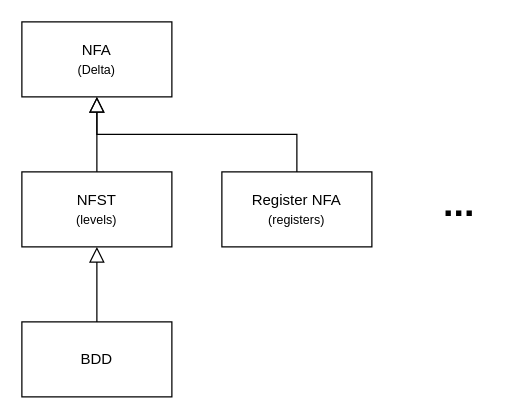
The draw.io diagram page "NFAs-NFSTs-BDDs-hierarchy" (10 of 10) of obrazky-figures/jumps_synchronization.drawio in Adda0/Transducers-in-Automata-Library-Mata, before the edit. Source tidied: cells renumbered, new cells numbered last; positions are measured from the earlier drawing's top-left corner, leaving out a move shared by most shapes. Both pictures are drawn from the tidied source at 125%, with x=0, y=0 at pixel (21, 21).
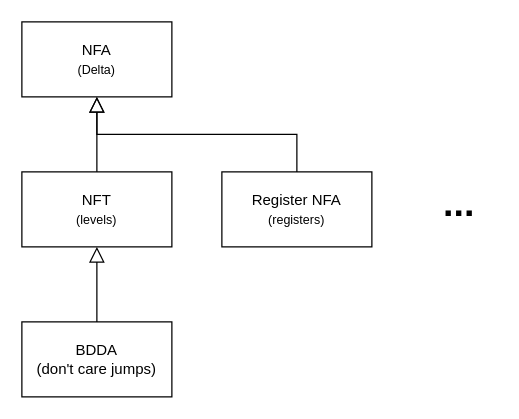
The same page after the edit.

Diff of the diagram source:
```diff
@@
 <mxGraphModel>
   <root>
     <mxCell id="0" />
     <mxCell id="1" parent="0" />
     <mxCell id="2" value="NFA&lt;br&gt;&lt;font style=&quot;font-size: 10px;&quot;&gt;(Delta)&lt;/font&gt;" style="rounded=0;whiteSpace=wrap;html=1;" parent="1" vertex="1">
       <mxGeometry width="120" height="60" as="geometry" />
     </mxCell>
     <mxCell id="3" style="edgeStyle=orthogonalEdgeStyle;rounded=0;jettySize=auto;html=1;entryX=0.5;entryY=1;entryDx=0;entryDy=0;endArrow=block;endFill=0;strokeWidth=1;endSize=10;" parent="1" edge="1" source="4" target="2">
       <mxGeometry relative="1" as="geometry" />
     </mxCell>
-    <mxCell id="4" value="NFST&lt;br&gt;&lt;font style=&quot;font-size: 10px;&quot;&gt;(levels)&lt;/font&gt;" style="whiteSpace=wrap;html=1;" parent="1" vertex="1">
+    <mxCell id="4" value="NFT&lt;br&gt;&lt;font style=&quot;font-size: 10px;&quot;&gt;(levels)&lt;/font&gt;" style="whiteSpace=wrap;html=1;" parent="1" vertex="1">
       <mxGeometry y="120" width="120" height="60" as="geometry" />
     </mxCell>
-    <mxCell id="5" value="BDD" style="whiteSpace=wrap;html=1;" parent="1" vertex="1">
+    <mxCell id="5" value="BDDA&lt;div&gt;(don't care jumps)&lt;/div&gt;" style="whiteSpace=wrap;html=1;" parent="1" vertex="1">
       <mxGeometry y="240" width="120" height="60" as="geometry" />
     </mxCell>
     <mxCell id="6" value="Register NFA&lt;br&gt;&lt;font style=&quot;font-size: 10px;&quot;&gt;(registers)&lt;/font&gt;" style="whiteSpace=wrap;html=1;" parent="1" vertex="1">
       <mxGeometry x="160" y="120" width="120" height="60" as="geometry" />
     </mxCell>
     <mxCell id="7" style="edgeStyle=orthogonalEdgeStyle;rounded=0;jettySize=auto;html=1;endArrow=block;endFill=0;strokeWidth=1;endSize=10;" parent="1" edge="1" source="5" target="4">
       <mxGeometry relative="1" as="geometry" />
     </mxCell>
     <mxCell id="8" style="edgeStyle=orthogonalEdgeStyle;rounded=0;jettySize=auto;html=1;endArrow=block;endFill=0;strokeWidth=1;endSize=10;exitX=0.5;exitY=0;exitDx=0;exitDy=0;" parent="1" edge="1" source="6" target="2">
       <mxGeometry relative="1" as="geometry" />
     </mxCell>
     <mxCell id="9" value="&lt;b&gt;&lt;font style=&quot;font-size: 30px;&quot;&gt;...&lt;/font&gt;&lt;/b&gt;" style="text;html=1;strokeColor=none;fillColor=none;align=center;verticalAlign=middle;whiteSpace=wrap;rounded=0;" parent="1" vertex="1">
       <mxGeometry x="320" y="130" width="60" height="30" as="geometry" />
     </mxCell>
   </root>
 </mxGraphModel>
```
